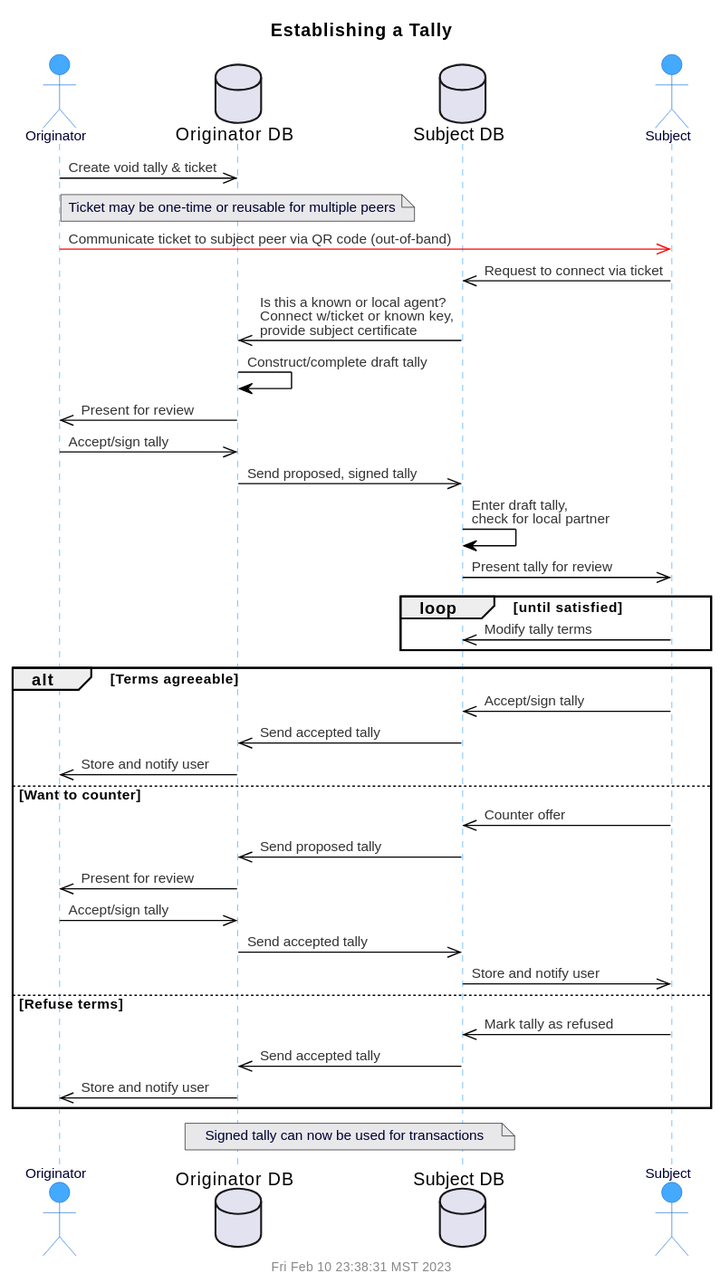
gotchoices/MyCHIPs keeps this PlantUML diagram as doc/uml/seq-tally.svg. Above is the earlier version.
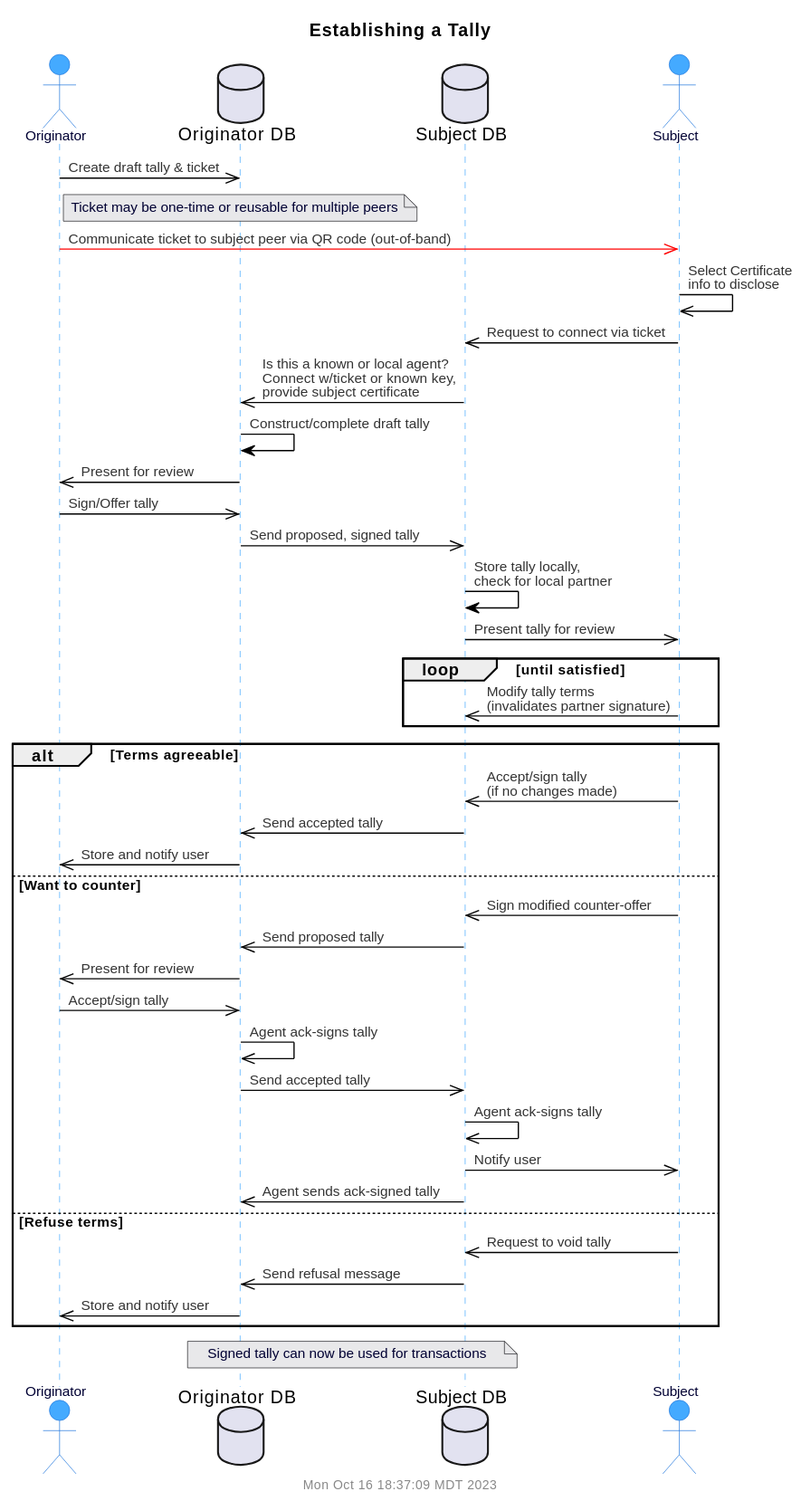
Later version of the same file.

Commit message:
Update tally negotiation sequence

Diff of the diagram source:
```diff
@@ -6,39 +6,43 @@
 database "Subject DB" as subjDB
 actor "Subject" as subj
 
-prop	->>	propDB:		Create void tally & ticket
+prop	->>	propDB:		Create draft tally & ticket
 note over propDB
   Ticket may be one-time or reusable for multiple peers
 end note
 prop	-[#red]>> subj:		Communicate ticket to subject peer via QR code (out-of-band)
+subj	->>	subj:		Select Certificate\ninfo to disclose
 subj	->>	subjDB:		Request to connect via ticket
 subjDB	->>	propDB:		Is this a known or local agent?\nConnect w/ticket or known key,\nprovide subject certificate
 propDB	->	propDB:		Construct/complete draft tally
 propDB	->>	prop:		Present for review
-prop	->>	propDB:		Accept/sign tally
+prop	->>	propDB:		Sign/Offer tally
 propDB	->>	subjDB:		Send proposed, signed tally
-subjDB	->	subjDB:		Enter draft tally,\ncheck for local partner
+subjDB	->	subjDB:		Store tally locally,\ncheck for local partner
 subjDB	->>	subj:		Present tally for review
 loop until satisfied
- subj	->>	subjDB:		Modify tally terms
+ subj	->>	subjDB:		Modify tally terms\n(invalidates partner signature)
 end loop
 
 alt Terms agreeable
- subj	->>	subjDB:		Accept/sign tally
+ subj	->>	subjDB:		Accept/sign tally\n(if no changes made)
  subjDB ->>	propDB:		Send accepted tally
  propDB	->>	prop:		Store and notify user
 
 else Want to counter
- subj	->>	subjDB:		Counter offer
+ subj	->>	subjDB:		Sign modified counter-offer
  subjDB	->>	propDB:		Send proposed tally
  propDB	->>	prop:		Present for review
  prop	->>	propDB:		Accept/sign tally
+ propDB	->>	propDB:		Agent ack-signs tally
  propDB	->>	subjDB:		Send accepted tally
- subjDB	->>	subj:		Store and notify user
+ subjDB	->>	subjDB:		Agent ack-signs tally
+ subjDB	->>	subj:		Notify user
+ subjDB	->>	propDB:		Agent sends ack-signed tally
 
 else Refuse terms
- subj	->>	subjDB:		Mark tally as refused
- subjDB ->>	propDB:		Send accepted tally
+ subj	->>	subjDB:		Request to void tally
+ subjDB ->>	propDB:		Send refusal message
  propDB	->>	prop:		Store and notify user
 end
 
```
